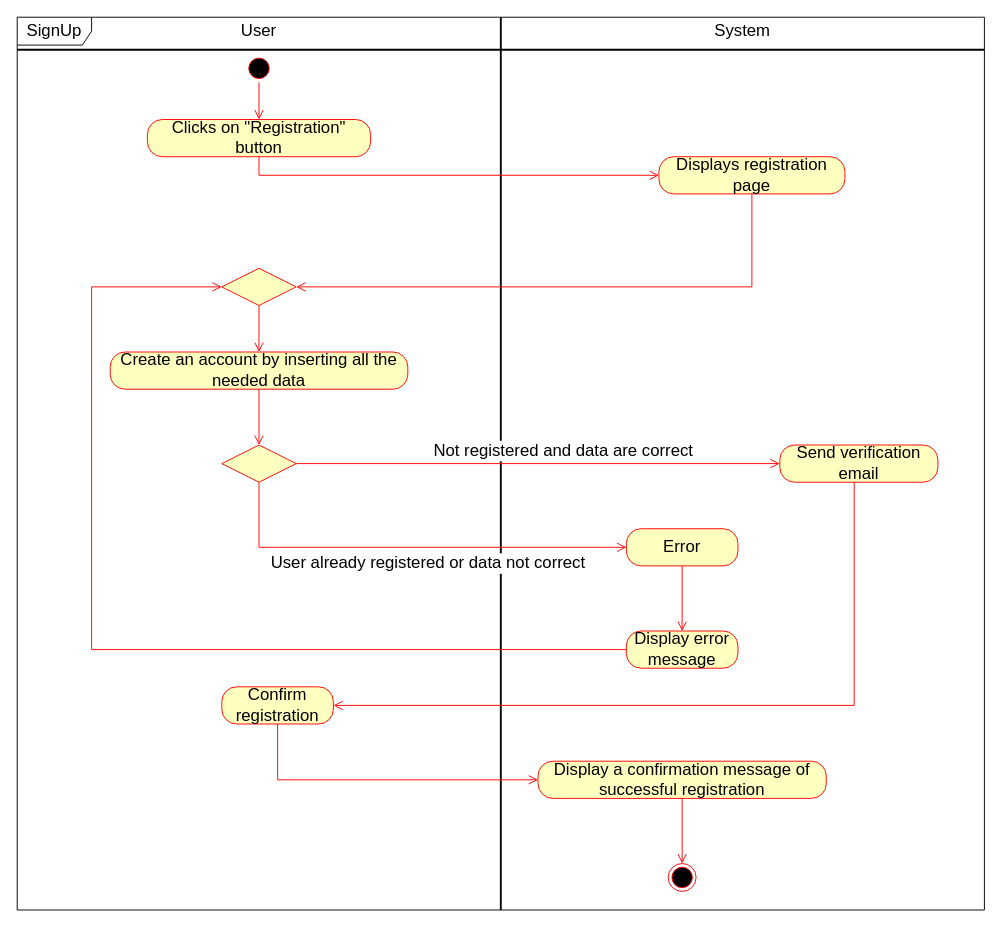
Earlier version of the draw.io diagram page "SignUp" (1 of 4) of Use cases diagram/User.drawio (matteovisotto/SE2-CecchettoSirianiVisotto). Source tidied: cells renumbered, new cells numbered last; positions are measured from the earlier drawing's top-left corner, leaving out a move shared by most shapes. Both pictures are drawn from the tidied source at 93%, with x=0, y=0 at pixel (17, 17).
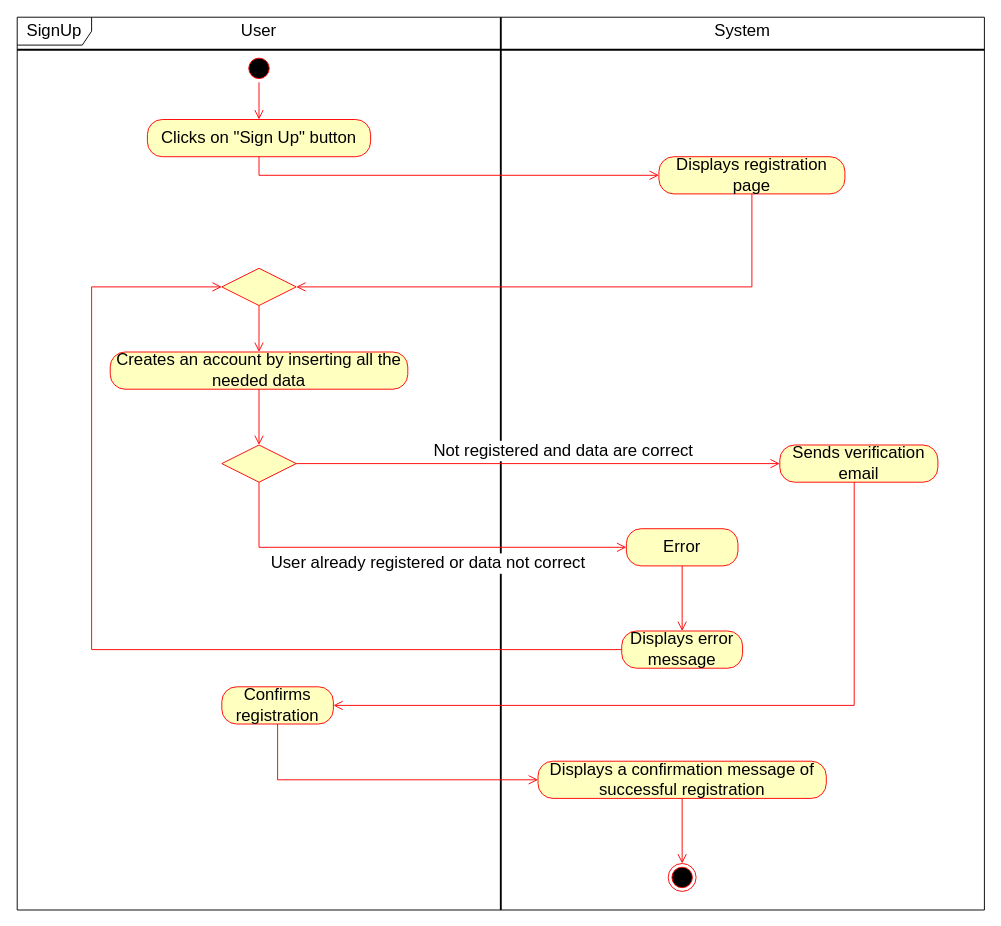
The same diagram, later.

Diff of the diagram source:
```diff
@@
-    <mxCell id="8" value="&lt;font style=&quot;font-size: 18px&quot;&gt;Create an account by inserting all the needed data&lt;/font&gt;" style="rounded=1;whiteSpace=wrap;html=1;arcSize=40;fontColor=#000000;fillColor=#ffffc0;strokeColor=#ff0000;" parent="1" vertex="1">
+    <mxCell id="8" value="&lt;font style=&quot;font-size: 18px&quot;&gt;Creates an account by inserting all the needed data&lt;/font&gt;" style="rounded=1;whiteSpace=wrap;html=1;arcSize=40;fontColor=#000000;fillColor=#ffffc0;strokeColor=#ff0000;" parent="1" vertex="1">
       <mxGeometry x="100" y="360" width="320" height="40" as="geometry" />
     </mxCell>
@@
-    <mxCell id="14" value="&lt;font style=&quot;font-size: 18px&quot;&gt;Send verification email&lt;/font&gt;" style="rounded=1;whiteSpace=wrap;html=1;arcSize=40;fontColor=#000000;fillColor=#ffffc0;strokeColor=#ff0000;" parent="1" vertex="1">
+    <mxCell id="14" value="&lt;font style=&quot;font-size: 18px&quot;&gt;Sends verification email&lt;/font&gt;" style="rounded=1;whiteSpace=wrap;html=1;arcSize=40;fontColor=#000000;fillColor=#ffffc0;strokeColor=#ff0000;" parent="1" vertex="1">
       <mxGeometry x="820" y="460" width="170" height="40" as="geometry" />
     </mxCell>
@@
-    <mxCell id="16" value="&lt;font style=&quot;font-size: 18px&quot;&gt;Confirm registration&lt;/font&gt;" style="rounded=1;whiteSpace=wrap;html=1;arcSize=40;fontColor=#000000;fillColor=#ffffc0;strokeColor=#ff0000;" parent="1" vertex="1">
+    <mxCell id="16" value="&lt;font style=&quot;font-size: 18px&quot;&gt;Confirms registration&lt;/font&gt;" style="rounded=1;whiteSpace=wrap;html=1;arcSize=40;fontColor=#000000;fillColor=#ffffc0;strokeColor=#ff0000;" parent="1" vertex="1">
       <mxGeometry x="220" y="720" width="120" height="40" as="geometry" />
     </mxCell>
@@
-    <mxCell id="18" value="&lt;font style=&quot;font-size: 18px&quot;&gt;Display a confirmation message of successful registration&lt;/font&gt;" style="rounded=1;whiteSpace=wrap;html=1;arcSize=40;fontColor=#000000;fillColor=#ffffc0;strokeColor=#ff0000;" parent="1" vertex="1">
+    <mxCell id="18" value="&lt;font style=&quot;font-size: 18px&quot;&gt;Displays a confirmation message of successful registration&lt;/font&gt;" style="rounded=1;whiteSpace=wrap;html=1;arcSize=40;fontColor=#000000;fillColor=#ffffc0;strokeColor=#ff0000;" parent="1" vertex="1">
       <mxGeometry x="560" y="800" width="310" height="40" as="geometry" />
     </mxCell>
@@
-    <mxCell id="24" value="&lt;font style=&quot;font-size: 18px&quot;&gt;Display error message&lt;/font&gt;" style="rounded=1;whiteSpace=wrap;html=1;arcSize=40;fontColor=#000000;fillColor=#ffffc0;strokeColor=#ff0000;" parent="1" vertex="1">
-      <mxGeometry x="655" y="660" width="120" height="40" as="geometry" />
+    <mxCell id="24" value="&lt;font style=&quot;font-size: 18px&quot;&gt;Displays error message&lt;/font&gt;" style="rounded=1;whiteSpace=wrap;html=1;arcSize=40;fontColor=#000000;fillColor=#ffffc0;strokeColor=#ff0000;" parent="1" vertex="1">
+      <mxGeometry x="650" y="660" width="130" height="40" as="geometry" />
     </mxCell>
@@
-    <mxCell id="27" value="&lt;font style=&quot;font-size: 18px&quot;&gt;Clicks on &quot;Registration&quot; button&lt;/font&gt;" style="rounded=1;whiteSpace=wrap;html=1;arcSize=40;fontColor=#000000;fillColor=#ffffc0;strokeColor=#ff0000;" parent="1" vertex="1">
+    <mxCell id="27" value="&lt;font style=&quot;font-size: 18px&quot;&gt;Clicks on &quot;Sign Up&quot; button&lt;/font&gt;" style="rounded=1;whiteSpace=wrap;html=1;arcSize=40;fontColor=#000000;fillColor=#ffffc0;strokeColor=#ff0000;" parent="1" vertex="1">
       <mxGeometry x="140" y="110" width="240" height="40" as="geometry" />
     </mxCell>
```
